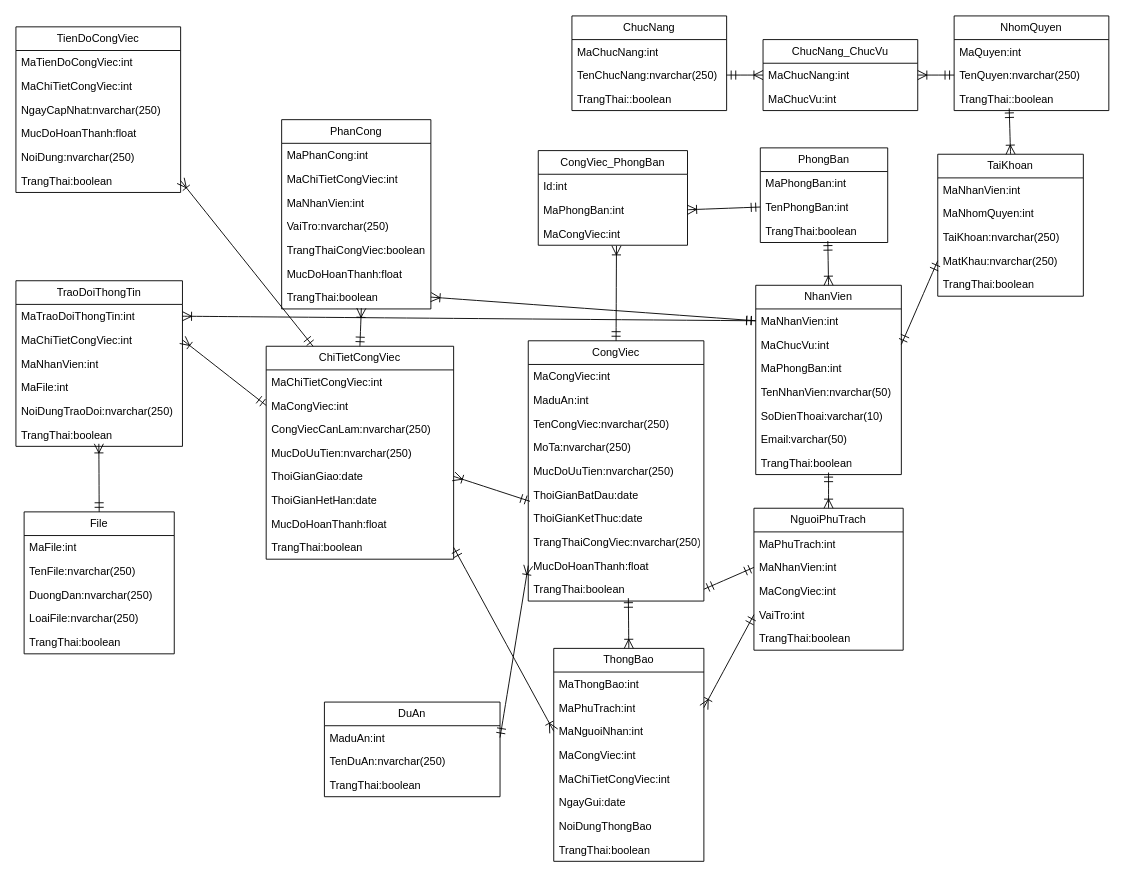
Before: dacn+.net.drawio in maivantai2003/vercelDemo, a draw.io diagram. Source tidied: cells renumbered, new cells numbered last; positions are measured from the earlier drawing's top-left corner, leaving out a move shared by most shapes. Both pictures are drawn from the tidied source at 91%, with x=0, y=0 at pixel (15, 15).
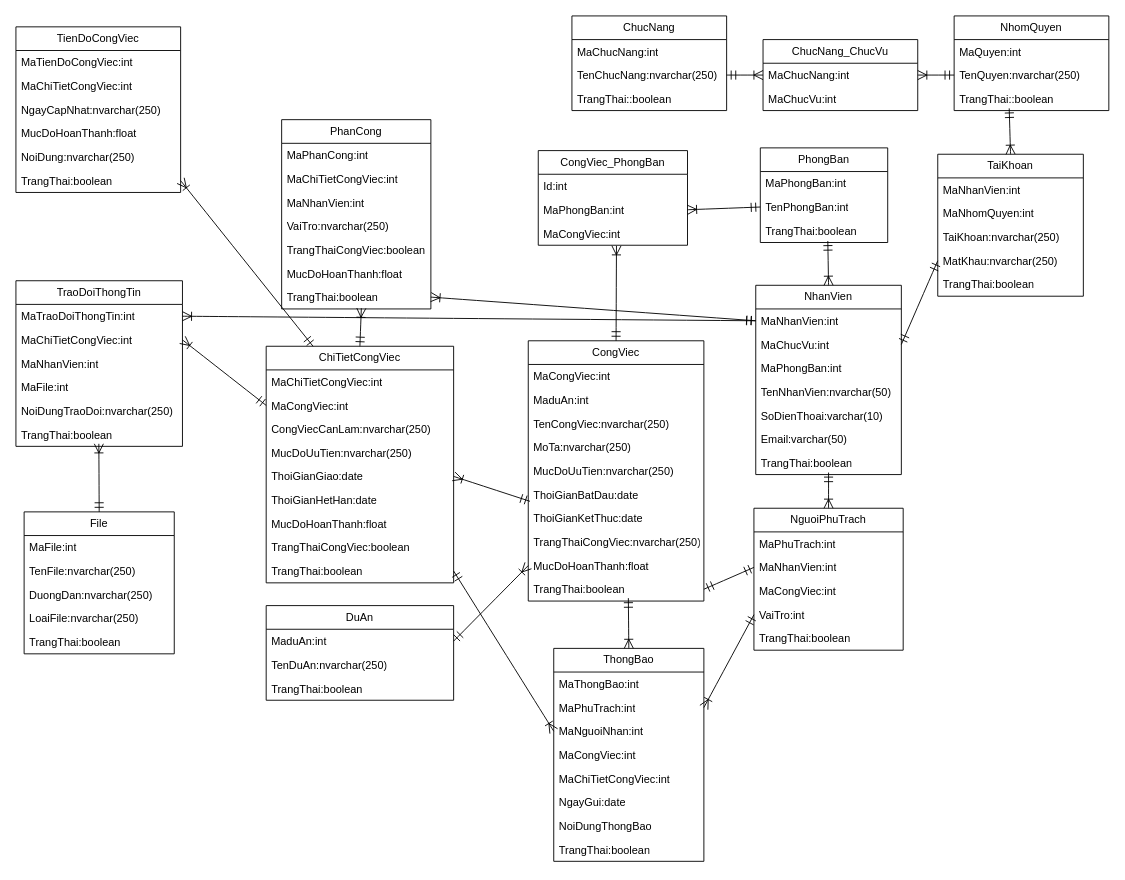
Above is the later version.

Commit message:
Cập nhật dacn+.net.drawio

The edit, as a diff of the source:
```diff
@@
     <mxCell id="54" value="ChiTietCongViec" style="swimlane;fontStyle=0;horizontal=1;startSize=26;fillColor=none;whiteSpace=wrap;html=1;" parent="1" vertex="1">
-      <mxGeometry x="275" y="363" width="206" height="234" as="geometry" />
+      <mxGeometry x="275" y="363" width="206" height="260" as="geometry" />
     </mxCell>
@@
+    <mxCell id="123" value="TrangThaiCongViec:boolean" style="text;strokeColor=none;fillColor=none;align=left;verticalAlign=top;spacingLeft=4;spacingRight=4;overflow=hidden;whiteSpace=wrap;html=1;" parent="54" vertex="1">
+      <mxGeometry y="208" width="206" height="26" as="geometry" />
+    </mxCell>
     <mxCell id="62" value="TrangThai:boolean" style="text;strokeColor=none;fillColor=none;align=left;verticalAlign=top;spacingLeft=4;spacingRight=4;overflow=hidden;points=[[0,0.5],[1,0.5]];portConstraint=eastwest;whiteSpace=wrap;html=1;" parent="54" vertex="1">
-      <mxGeometry y="208" width="206" height="26" as="geometry" />
+      <mxGeometry y="234" width="206" height="26" as="geometry" />
     </mxCell>
@@
     <mxCell id="118" value="DuAn" style="swimlane;fontStyle=0;horizontal=1;startSize=26;fillColor=none;whiteSpace=wrap;html=1;" parent="1" vertex="1">
-      <mxGeometry x="339" y="754" width="193" height="104" as="geometry" />
+      <mxGeometry x="275" y="648" width="206" height="104" as="geometry" />
     </mxCell>
     <mxCell id="119" value="MaduAn:int" style="text;strokeColor=none;fillColor=none;align=left;verticalAlign=top;spacingLeft=4;spacingRight=4;overflow=hidden;points=[[0,0.5],[1,0.5]];portConstraint=eastwest;whiteSpace=wrap;html=1;" parent="118" vertex="1">
-      <mxGeometry y="26" width="193" height="26" as="geometry" />
+      <mxGeometry y="26" width="206" height="26" as="geometry" />
     </mxCell>
     <mxCell id="120" value="TenDuAn:nvarchar(250)" style="text;strokeColor=none;fillColor=none;align=left;verticalAlign=top;spacingLeft=4;spacingRight=4;overflow=hidden;whiteSpace=wrap;html=1;" parent="118" vertex="1">
-      <mxGeometry y="52" width="193" height="26" as="geometry" />
+      <mxGeometry y="52" width="206" height="26" as="geometry" />
     </mxCell>
     <mxCell id="121" value="TrangThai:boolean" style="text;strokeColor=none;fillColor=none;align=left;verticalAlign=top;spacingLeft=4;spacingRight=4;overflow=hidden;whiteSpace=wrap;html=1;" parent="118" vertex="1">
-      <mxGeometry y="78" width="193" height="26" as="geometry" />
+      <mxGeometry y="78" width="206" height="26" as="geometry" />
     </mxCell>
```
